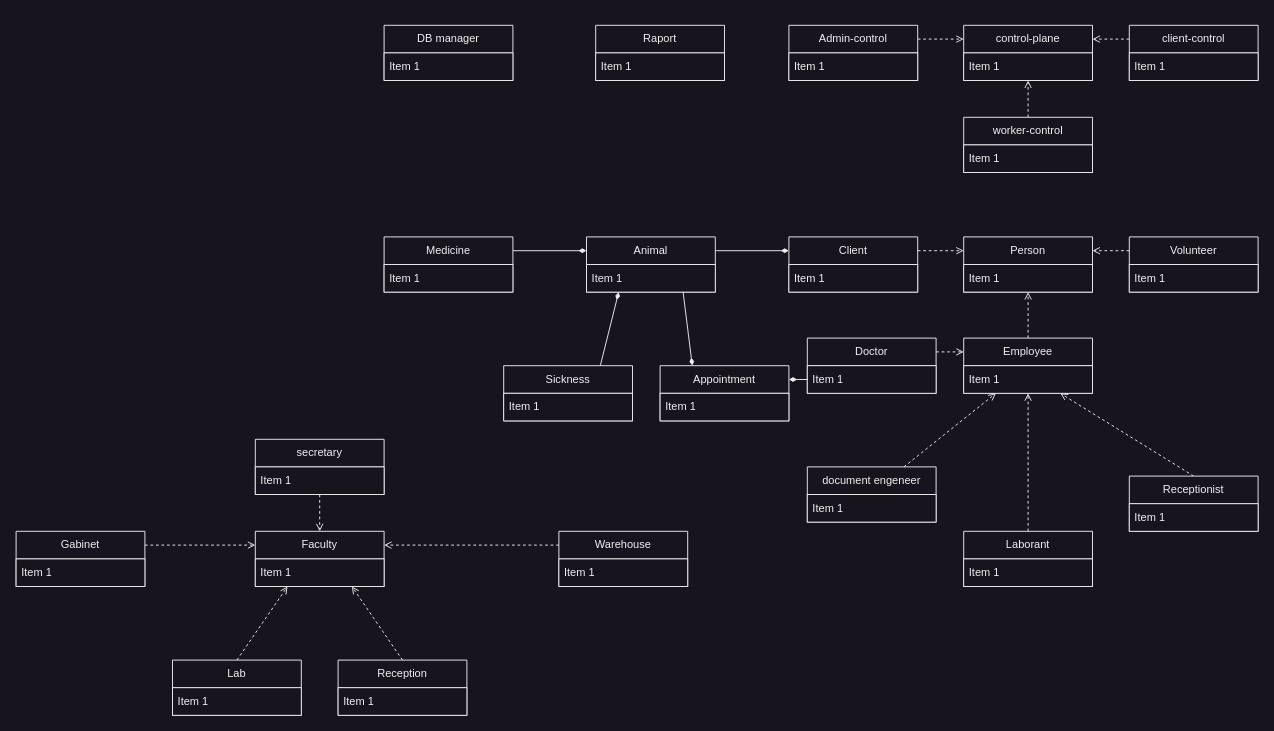
MarekMichali/vet-clinic keeps this draw.io diagram as diagram.drawio. Above is the earlier version. Source tidied: cells renumbered, new cells numbered last; positions are measured from the earlier drawing's top-left corner, leaving out a move shared by most shapes. Both pictures are drawn from the tidied source at 92%, with x=0, y=0 at pixel (16, 25).
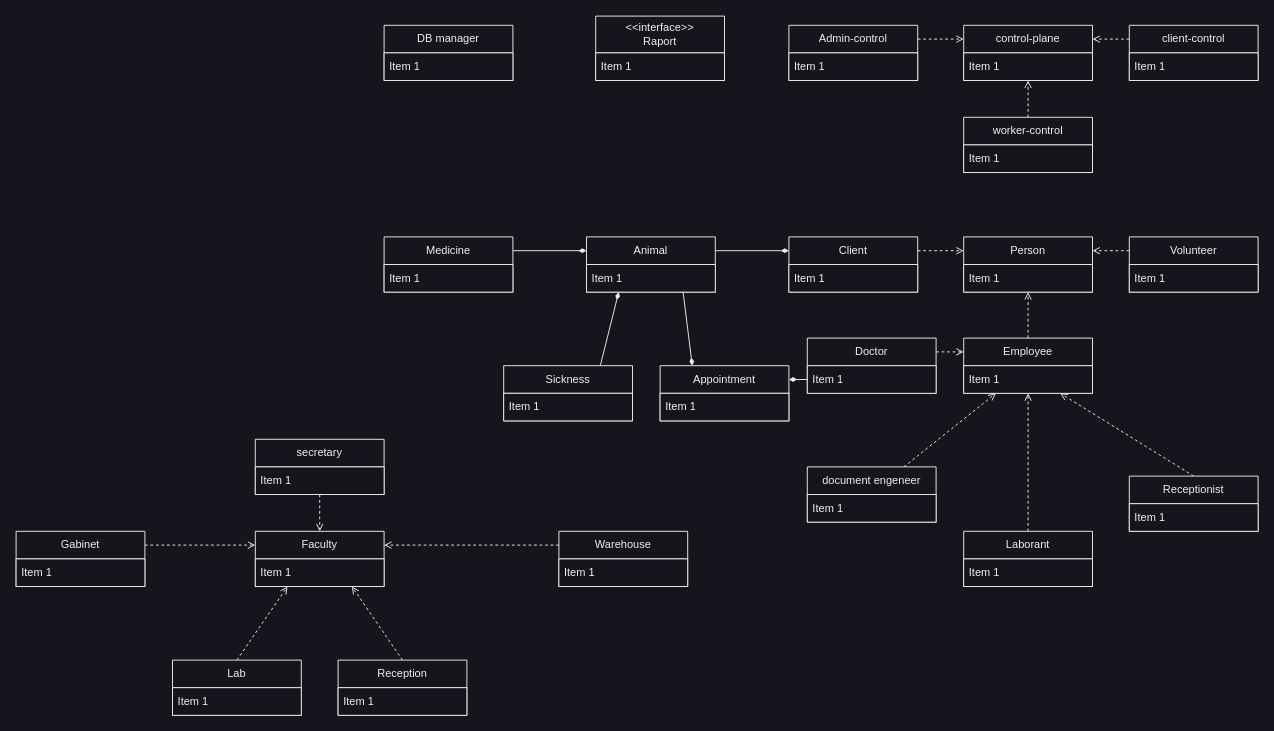
After the change.

Commit message (it also covers changes not shown here):
diagram klas interface

The edit, as a diff of the source:
```diff
@@
-    <mxCell id="42" value="Raport" style="swimlane;fontStyle=0;horizontal=1;startSize=30;whiteSpace=wrap;html=1;fillColor=#18141D;strokeColor=#F0F0F0;fontColor=#F0F0F0;labelBackgroundColor=#18141D;" parent="1" vertex="1">
-      <mxGeometry x="630" width="140" height="60" as="geometry" />
+    <mxCell id="42" value="&amp;lt;&amp;lt;interface&amp;gt;&amp;gt;&lt;br&gt;Raport" style="swimlane;fontStyle=0;horizontal=1;startSize=40;whiteSpace=wrap;html=1;fillColor=#18141D;strokeColor=#F0F0F0;fontColor=#F0F0F0;labelBackgroundColor=#18141D;" parent="1" vertex="1">
+      <mxGeometry x="630" y="-10" width="140" height="70" as="geometry" />
     </mxCell>
     <mxCell id="43" value="Item 1" style="text;strokeColor=#F0F0F0;fillColor=#18141D;align=left;verticalAlign=middle;spacingLeft=4;spacingRight=4;overflow=hidden;whiteSpace=wrap;html=1;fontColor=#F0F0F0;labelBackgroundColor=#18141D;" parent="42" vertex="1">
-      <mxGeometry y="30" width="140" height="30" as="geometry" />
+      <mxGeometry y="40" width="140" height="30" as="geometry" />
     </mxCell>
```
